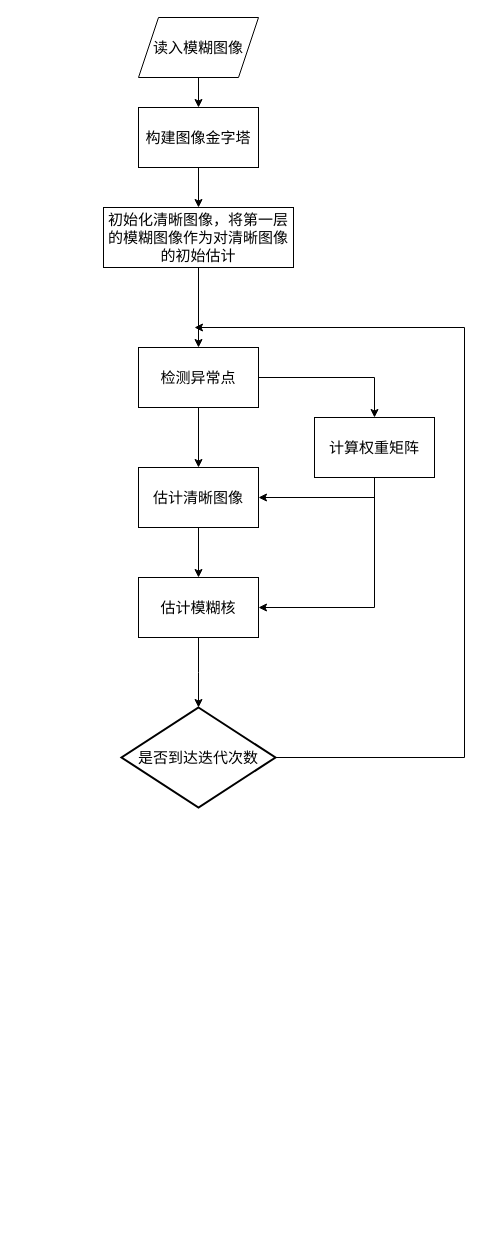
The draw.io diagram 未命名绘图.drawio in lquinlan/deeplearning-cv-, before the edit. Source tidied: cells renumbered, new cells numbered last; positions are measured from the earlier drawing's top-left corner, leaving out a move shared by most shapes. Both pictures are drawn from the tidied source at 100%, with x=0, y=0 at pixel (103, 17).
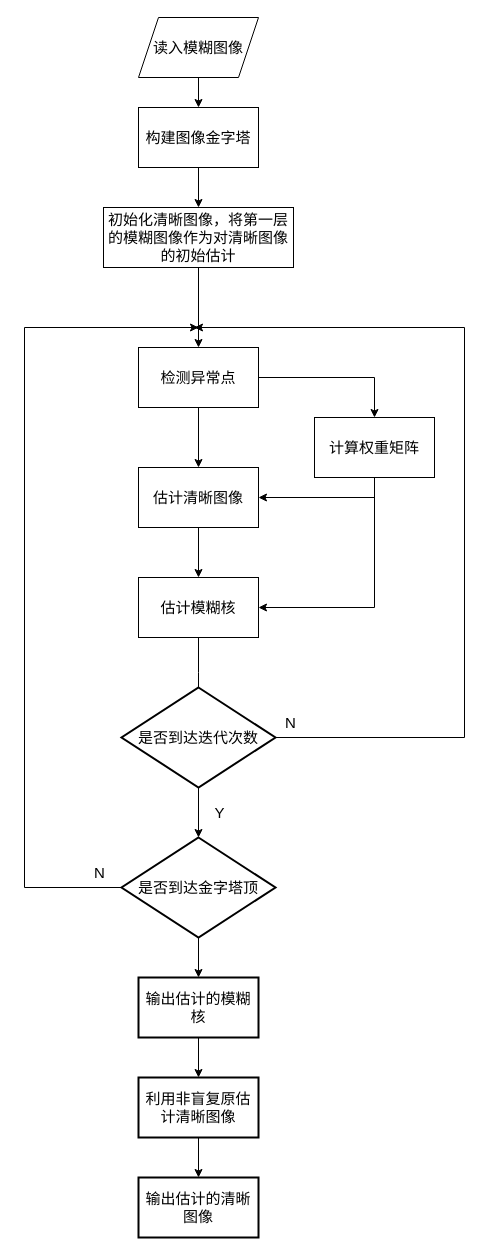
The same page after the edit.

Commit message (it also covers changes not shown here):
更新未命名绘图.drawio

What changed in the source:
```diff
@@
     <mxCell id="18" style="edgeStyle=orthogonalEdgeStyle;rounded=0;jettySize=auto;html=1;exitX=1;exitY=0.5;exitDx=0;exitDy=0;exitPerimeter=0;" parent="1" edge="1" source="19">
       <mxGeometry relative="1" as="geometry">
         <mxPoint x="91" y="310" as="targetPoint" />
         <Array as="points">
-          <mxPoint x="361" y="740" />
+          <mxPoint x="172" y="720" />
+          <mxPoint x="361" y="720" />
           <mxPoint x="361" y="310" />
         </Array>
       </mxGeometry>
     </mxCell>
+    <mxCell id="20" style="edgeStyle=orthogonalEdgeStyle;rounded=0;jettySize=auto;html=1;" parent="1" edge="1" source="19" target="24">
+      <mxGeometry relative="1" as="geometry" />
+    </mxCell>
     <mxCell id="19" value="&lt;font style=&quot;font-size: 15px;&quot;&gt;是否到达迭代次数&lt;/font&gt;" style="strokeWidth=2;html=1;shape=mxgraph.flowchart.decision;whiteSpace=wrap;" parent="1" vertex="1">
-      <mxGeometry x="18" y="690" width="154" height="100" as="geometry" />
+      <mxGeometry x="18" y="670" width="154" height="100" as="geometry" />
     </mxCell>
+    <mxCell id="21" value="&lt;font style=&quot;font-size: 15px;&quot;&gt;N&lt;/font&gt;" style="text;html=1;align=center;verticalAlign=middle;strokeColor=none;fillColor=none;" parent="1" vertex="1">
+      <mxGeometry x="172" y="690" width="30" height="30" as="geometry" />
+    </mxCell>
+    <mxCell id="22" style="edgeStyle=orthogonalEdgeStyle;rounded=0;jettySize=auto;html=1;" parent="1" edge="1" source="24">
+      <mxGeometry relative="1" as="geometry">
+        <mxPoint x="95" y="310" as="targetPoint" />
+        <Array as="points">
+          <mxPoint x="-79" y="870" />
+          <mxPoint x="-79" y="310" />
+        </Array>
+      </mxGeometry>
+    </mxCell>
+    <mxCell id="23" style="edgeStyle=orthogonalEdgeStyle;rounded=0;jettySize=auto;html=1;" parent="1" edge="1" source="24" target="28">
+      <mxGeometry relative="1" as="geometry" />
+    </mxCell>
+    <mxCell id="24" value="&lt;span style=&quot;font-size: 15px;&quot;&gt;是否到达金字塔顶&lt;/span&gt;" style="strokeWidth=2;html=1;shape=mxgraph.flowchart.decision;whiteSpace=wrap;" parent="1" vertex="1">
+      <mxGeometry x="18" y="820" width="154" height="100" as="geometry" />
+    </mxCell>
+    <mxCell id="25" value="&lt;span style=&quot;font-size: 15px;&quot;&gt;Y&lt;/span&gt;" style="text;html=1;align=center;verticalAlign=middle;strokeColor=none;fillColor=none;" parent="1" vertex="1">
+      <mxGeometry x="101" y="780" width="30" height="30" as="geometry" />
+    </mxCell>
+    <mxCell id="26" value="&lt;font style=&quot;font-size: 15px;&quot;&gt;N&lt;/font&gt;" style="text;html=1;align=center;verticalAlign=middle;strokeColor=none;fillColor=none;" parent="1" vertex="1">
+      <mxGeometry x="-19" y="840" width="30" height="30" as="geometry" />
+    </mxCell>
+    <mxCell id="27" style="edgeStyle=orthogonalEdgeStyle;rounded=0;jettySize=auto;html=1;" parent="1" edge="1" source="28" target="30">
+      <mxGeometry relative="1" as="geometry" />
+    </mxCell>
+    <mxCell id="28" value="&lt;font style=&quot;font-size: 15px;&quot;&gt;输出估计的模糊核&lt;/font&gt;" style="whiteSpace=wrap;html=1;strokeWidth=2;" parent="1" vertex="1">
+      <mxGeometry x="35" y="960" width="120" height="60" as="geometry" />
+    </mxCell>
+    <mxCell id="29" style="edgeStyle=orthogonalEdgeStyle;rounded=0;jettySize=auto;html=1;" parent="1" edge="1" source="30" target="31">
+      <mxGeometry relative="1" as="geometry" />
+    </mxCell>
+    <mxCell id="30" value="&lt;font style=&quot;font-size: 15px;&quot;&gt;利用非盲复原估计清晰图像&lt;/font&gt;" style="whiteSpace=wrap;html=1;strokeWidth=2;" parent="1" vertex="1">
+      <mxGeometry x="35" y="1060" width="120" height="60" as="geometry" />
+    </mxCell>
+    <mxCell id="31" value="&lt;font style=&quot;font-size: 15px;&quot;&gt;输出估计的清晰图像&lt;/font&gt;" style="whiteSpace=wrap;html=1;strokeWidth=2;" parent="1" vertex="1">
+      <mxGeometry x="35" y="1160" width="120" height="60" as="geometry" />
+    </mxCell>
```
